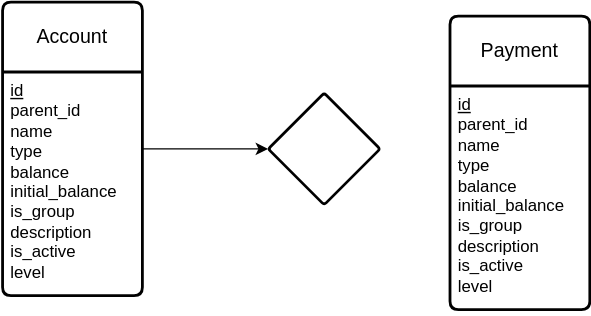
The draw.io diagram docs/db.drawio.svg in rafinax48/duweet, before a commit. Source tidied: cells renumbered, new cells last; positions are measured from the earlier drawing's top-left corner, leaving out a move shared by most shapes.
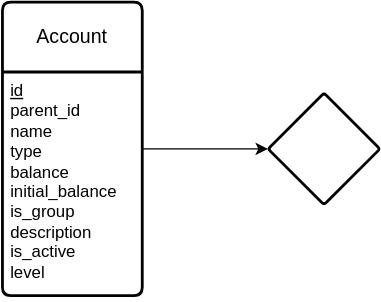
The same diagram one commit later.

Commit message:
fix: update SVG dimensions and remove unused elements in db.drawio.svg

Change to the diagram source:
```diff
@@ -14,11 +14,5 @@
     <mxCell id="5" style="rhombus;whiteSpace=wrap;html=1;fontSize=14;fontStyle=0;startSize=50;rounded=1;strokeWidth=2;shadow=0;dashed=0;arcSize=4;" parent="1" vertex="1">
       <mxGeometry x="190" y="65" width="80" height="80" as="geometry" />
     </mxCell>
-    <mxCell id="6" value="Payment" style="swimlane;horizontal=1;startSize=50;rounded=1;fontSize=14;fontStyle=0;strokeWidth=2;shadow=0;dashed=0;align=center;arcSize=4;whiteSpace=wrap;html=1;" parent="1" vertex="1">
-      <mxGeometry x="320" y="10" width="100" height="210" as="geometry" />
-    </mxCell>
-    <mxCell id="7" value="&lt;u&gt;id&lt;/u&gt;&lt;br&gt;parent_id&lt;br&gt;name&lt;div&gt;type&lt;/div&gt;&lt;div&gt;balance&lt;/div&gt;&lt;div&gt;initial_balance&lt;/div&gt;&lt;div&gt;is_group&lt;/div&gt;&lt;div&gt;description&lt;/div&gt;&lt;div&gt;is_active&lt;/div&gt;&lt;div&gt;level&lt;/div&gt;&lt;div&gt;&lt;br&gt;&lt;/div&gt;" style="align=left;strokeColor=none;fillColor=none;spacingLeft=4;fontSize=12;verticalAlign=top;html=1;" parent="6" vertex="1">
-      <mxGeometry y="50" width="100" height="160" as="geometry" />
-    </mxCell>
   </root>
 </mxGraphModel>
```
